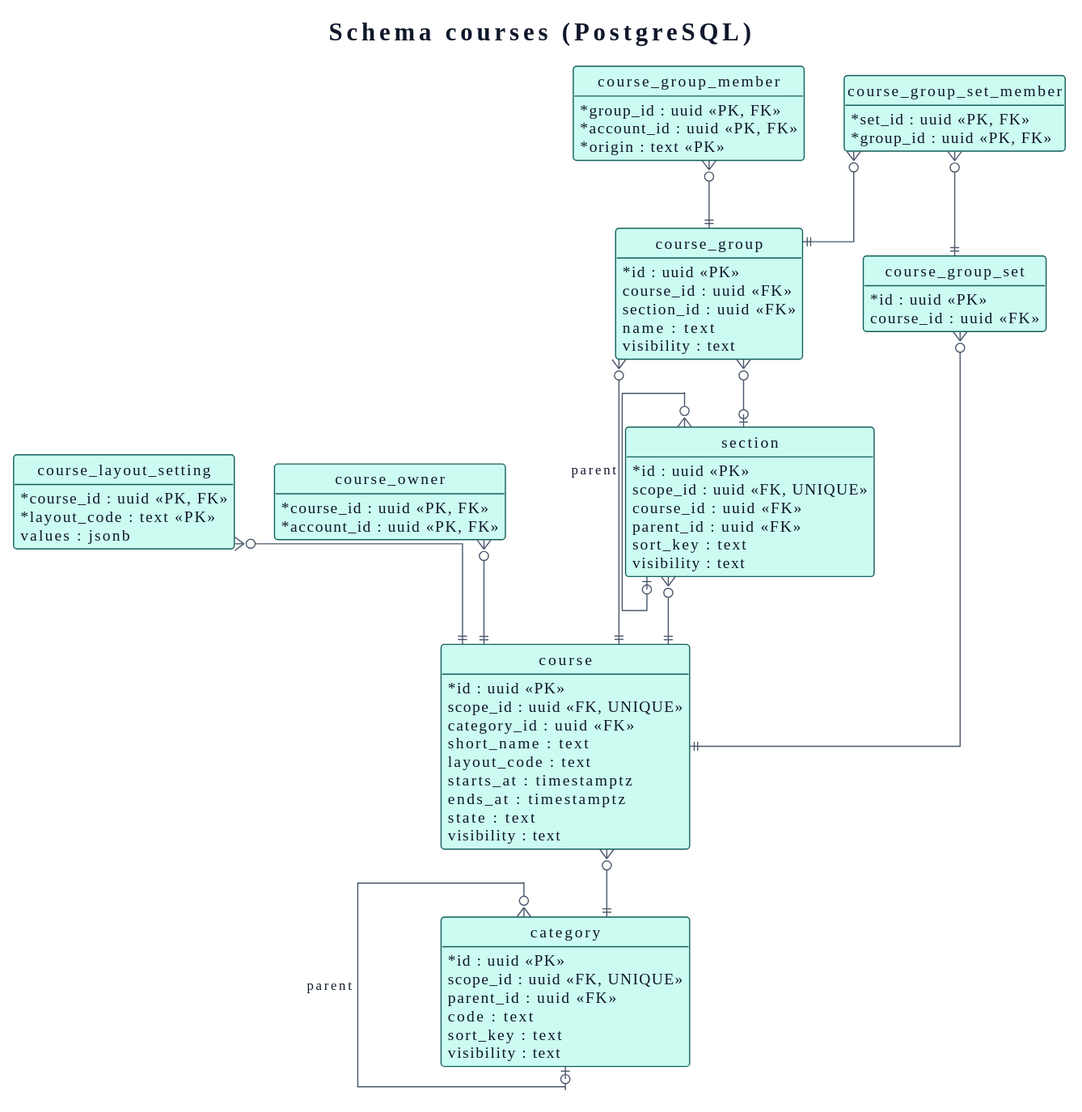
Before: docs/03-design/data-model/courses.svg, a diagram exported from PlantUML (didactika/kampus).
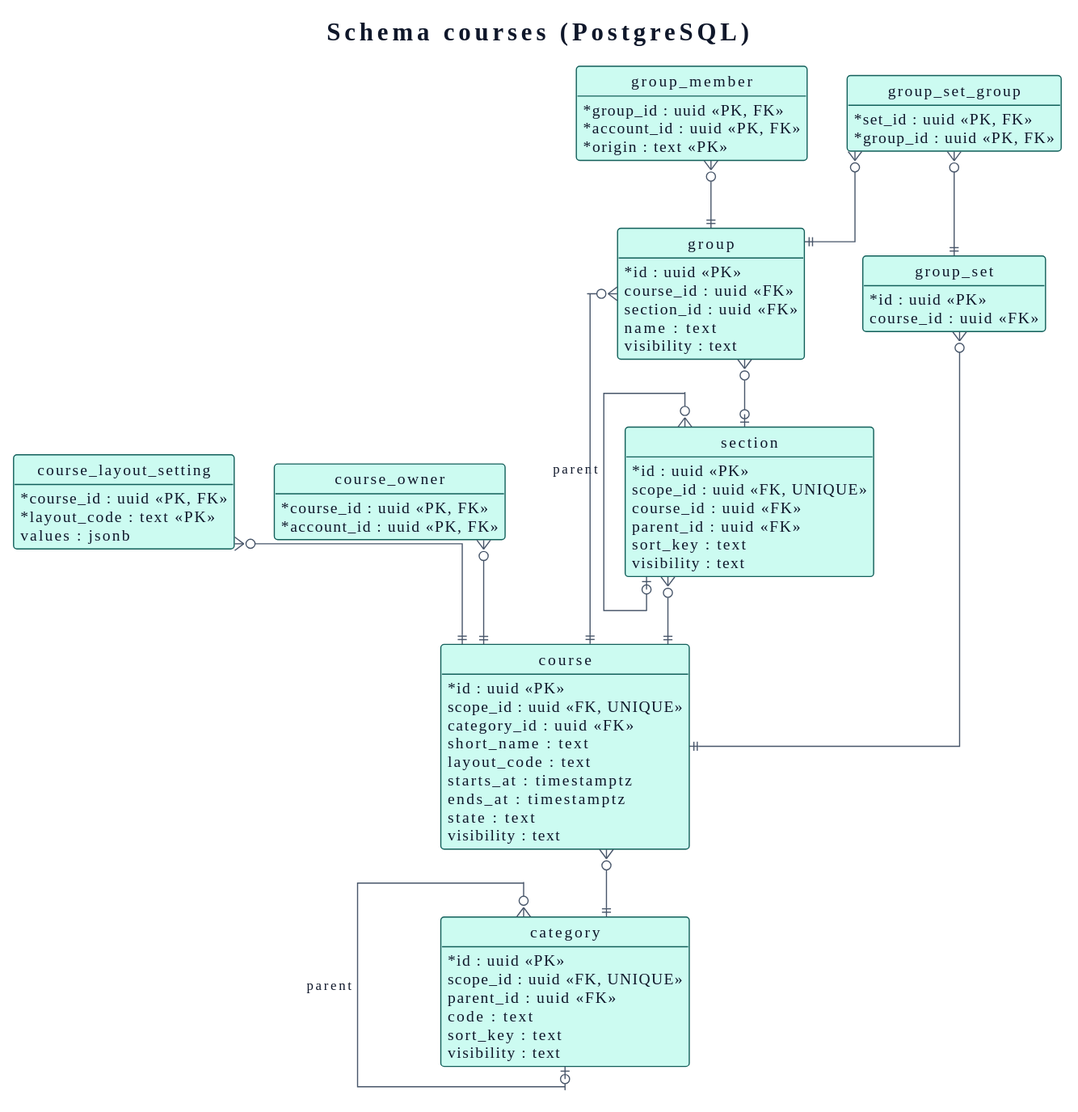
The same file after the commit.

Change to the diagram source:
```diff
@@ -144,23 +144,23 @@
   sort_key : text
   visibility : text
 }
-entity course_group {
+entity group {
   * id : uuid <<PK>>
   course_id : uuid <<FK>>
   section_id : uuid <<FK>>
   name : text
   visibility : text
 }
-entity course_group_member {
+entity group_member {
   * group_id : uuid <<PK, FK>>
   * account_id : uuid <<PK, FK>>
   * origin : text <<PK>>
 }
-entity course_group_set {
+entity group_set {
   * id : uuid <<PK>>
   course_id : uuid <<FK>>
 }
-entity course_group_set_member {
+entity group_set_group {
   * set_id : uuid <<PK, FK>>
   * group_id : uuid <<PK, FK>>
 }
@@ -171,10 +171,10 @@
 course_owner }o--|| course
 section }o--|| course
 section }o--o| section : parent
-course_group }o--|| course
-course_group }o--o| section
-course_group_member }o--|| course_group
-course_group_set }o--|| course
-course_group_set_member }o--|| course_group_set
-course_group_set_member }o--|| course_group
+group }o--|| course
+group }o--o| section
+group_member }o--|| group
+group_set }o--|| course
+group_set_group }o--|| group_set
+group_set_group }o--|| group
 @enduml
```
